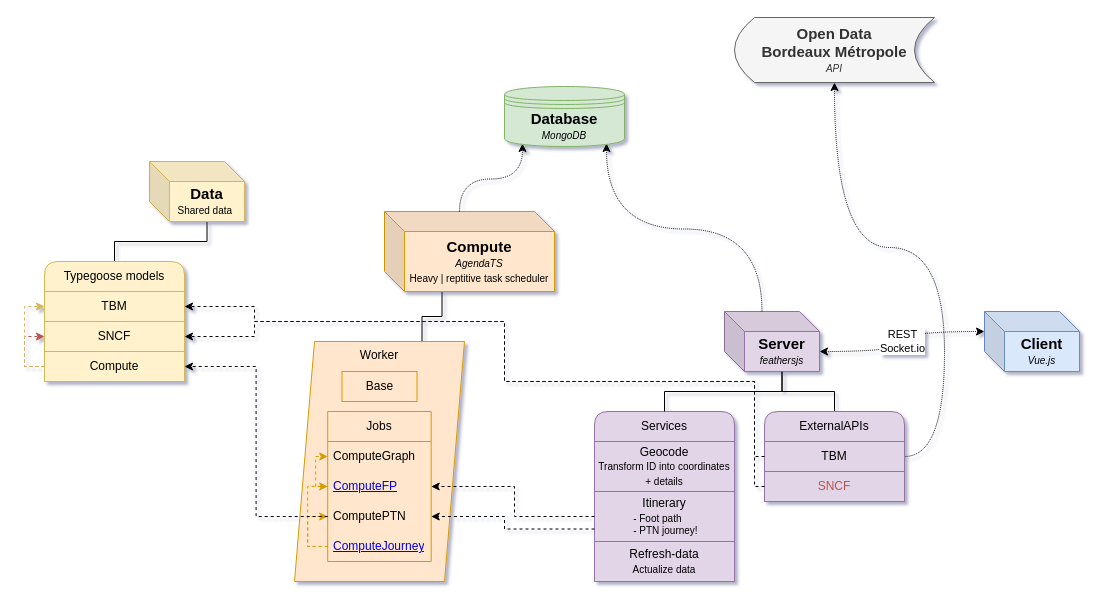
Cata-Dev/Best-itinerary-Bordeaux-Metropole keeps this draw.io diagram as page "Functionnal overview" (1 of 2) of BIBM.drawio. Above is the earlier version. Source tidied: cells renumbered, new cells numbered last; positions are measured from the earlier drawing's top-left corner, leaving out a move shared by most shapes. Both pictures are drawn from the tidied source at 100%, with x=0, y=0 at pixel (24, 17).
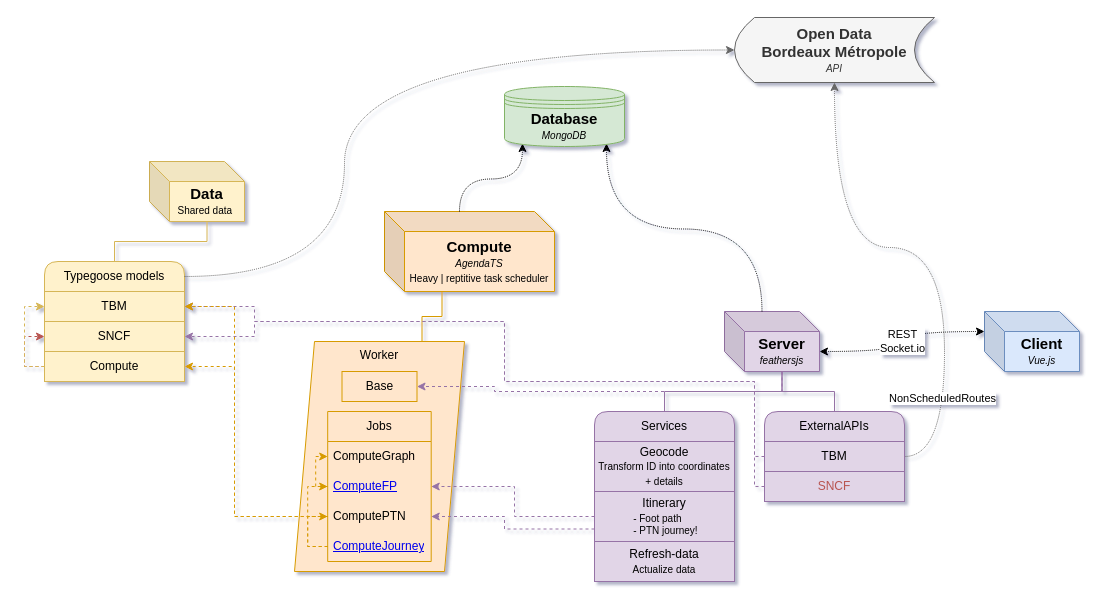
After the change.

The change refers to these unchanged cells:
```xml
<mxCell id="3" value="&lt;b&gt;&lt;font style=&quot;font-size: 15px;&quot;&gt;Data&lt;/font&gt;&lt;/b&gt;&lt;br&gt;&lt;font style=&quot;font-size: 10px;&quot;&gt;Shared data&lt;/font&gt;&amp;nbsp;" style="shape=cube;whiteSpace=wrap;html=1;boundedLbl=1;backgroundOutline=1;darkOpacity=0.05;darkOpacity2=0.1;fillColor=#fff2cc;strokeColor=#d6b656;" parent="1" vertex="1">
  <mxGeometry x="125" y="144" width="95" height="60" as="geometry" />
</mxCell>
<mxCell id="5" value="&lt;font style=&quot;font-size: 15px;&quot;&gt;&lt;b&gt;Compute&lt;/b&gt;&lt;br&gt;&lt;/font&gt;&lt;font style=&quot;font-size: 10px;&quot;&gt;&lt;i&gt;AgendaTS&lt;/i&gt;&lt;br&gt;Heavy | reptitive task scheduler&lt;br&gt;&lt;/font&gt;" style="shape=cube;whiteSpace=wrap;html=1;boundedLbl=1;backgroundOutline=1;darkOpacity=0.05;darkOpacity2=0.1;fillColor=#ffe6cc;strokeColor=#d79b00;" parent="1" vertex="1">
  <mxGeometry x="360" y="194" width="170" height="80" as="geometry" />
</mxCell>
<mxCell id="7" value="&lt;font style=&quot;font-size: 15px;&quot;&gt;&lt;b&gt;Server&lt;/b&gt;&lt;br&gt;&lt;/font&gt;&lt;i&gt;&lt;font style=&quot;font-size: 10px;&quot;&gt;feathersjs&lt;/font&gt;&lt;/i&gt;" style="shape=cube;whiteSpace=wrap;html=1;boundedLbl=1;backgroundOutline=1;darkOpacity=0.05;darkOpacity2=0.1;fillColor=#e1d5e7;strokeColor=#9673a6;" parent="1" vertex="1">
  <mxGeometry x="700" y="294" width="95" height="60" as="geometry" />
</mxCell>
<mxCell id="9" value="Typegoose models" style="swimlane;fontStyle=0;horizontal=1;startSize=30;whiteSpace=wrap;html=1;rounded=1;fillColor=#fff2cc;strokeColor=#d6b656;" parent="1" vertex="1">
  <mxGeometry x="20" y="244" width="140" height="120" as="geometry" />
</mxCell>
<mxCell id="10" value="TBM" style="text;strokeColor=#d6b656;fillColor=#fff2cc;align=center;verticalAlign=middle;spacingLeft=4;spacingRight=4;overflow=hidden;points=[[0,0.5],[1,0.5]];portConstraint=eastwest;whiteSpace=wrap;html=1;rounded=0;" parent="9" vertex="1">
  <mxGeometry y="30" width="140" height="30" as="geometry" />
</mxCell>
<mxCell id="11" value="SNCF" style="text;strokeColor=#d6b656;fillColor=#fff2cc;align=center;verticalAlign=middle;spacingLeft=4;spacingRight=4;overflow=hidden;points=[[0,0.5],[1,0.5]];portConstraint=eastwest;whiteSpace=wrap;html=1;rounded=0;" parent="9" vertex="1">
  <mxGeometry y="60" width="140" height="30" as="geometry" />
</mxCell>
<mxCell id="14" value="Compute" style="text;strokeColor=#d6b656;fillColor=#fff2cc;align=center;verticalAlign=middle;spacingLeft=4;spacingRight=4;overflow=hidden;points=[[0,0.5],[1,0.5]];portConstraint=eastwest;whiteSpace=wrap;html=1;rounded=0;" parent="9" vertex="1">
  <mxGeometry y="90" width="140" height="30" as="geometry" />
</mxCell>
<mxCell id="17" style="group;" parent="1" vertex="1">
  <mxGeometry x="280" y="324" width="160" height="240" as="geometry" />
</mxCell>
<mxCell id="19" value="Base" style="rounded=0;whiteSpace=wrap;html=1;fillColor=#ffe6cc;strokeColor=#d79b00;" parent="17" vertex="1">
  <mxGeometry x="37.5" y="30" width="75" height="30" as="geometry" />
</mxCell>
<mxCell id="23" value="&lt;a href=&quot;data:page/id,O9cBC4W1JLo7c5aj3JH5&quot;&gt;ComputeFP&lt;/a&gt;" style="text;strokeColor=none;fillColor=none;align=left;verticalAlign=middle;spacingLeft=4;spacingRight=4;overflow=hidden;points=[[0,0.5],[1,0.5]];portConstraint=eastwest;whiteSpace=wrap;html=1;" parent="20" vertex="1">
  <mxGeometry y="60" width="103.5" height="30" as="geometry" />
</mxCell>
<mxCell id="24" value="ComputePTN" style="text;strokeColor=none;fillColor=none;align=left;verticalAlign=middle;spacingLeft=4;spacingRight=4;overflow=hidden;points=[[0,0.5],[1,0.5]];portConstraint=eastwest;whiteSpace=wrap;html=1;" parent="20" vertex="1">
  <mxGeometry y="90" width="103.5" height="30" as="geometry" />
</mxCell>
<mxCell id="28" value="Services" style="swimlane;fontStyle=0;horizontal=1;startSize=30;whiteSpace=wrap;html=1;rounded=1;strokeColor=#9673a6;fillColor=#e1d5e7;" parent="1" vertex="1">
  <mxGeometry x="570" y="394" width="140" height="170" as="geometry" />
</mxCell>
<mxCell id="30" value="Itinerary&lt;br&gt;&lt;div style=&quot;text-align: left;&quot;&gt;&lt;span style=&quot;background-color: initial; font-size: 10px;&quot;&gt;&amp;nbsp;- Foot path&lt;/span&gt;&lt;/div&gt;&lt;span style=&quot;background-color: initial; font-size: 10px;&quot;&gt;&lt;div style=&quot;text-align: left;&quot;&gt;&lt;span style=&quot;background-color: initial;&quot;&gt;&amp;nbsp;- PTN journey!&lt;/span&gt;&lt;/div&gt;&lt;/span&gt;" style="rounded=0;whiteSpace=wrap;html=1;align=center;fillColor=#e1d5e7;strokeColor=#9673a6;" parent="28" vertex="1">
  <mxGeometry y="80" width="140" height="50" as="geometry" />
</mxCell>
<mxCell id="39" value="ExternalAPIs" style="swimlane;fontStyle=0;horizontal=1;startSize=30;whiteSpace=wrap;html=1;rounded=1;strokeColor=#9673a6;fillColor=#e1d5e7;" parent="1" vertex="1">
  <mxGeometry x="740" y="394" width="140" height="90" as="geometry" />
</mxCell>
<mxCell id="40" value="TBM" style="rounded=0;whiteSpace=wrap;html=1;fillColor=#e1d5e7;strokeColor=#9673a6;" parent="39" vertex="1">
  <mxGeometry y="30" width="140" height="30" as="geometry" />
</mxCell>
<mxCell id="41" value="SNCF" style="rounded=0;whiteSpace=wrap;html=1;fillColor=#e1d5e7;strokeColor=#9673a6;fontColor=#B85450;" parent="39" vertex="1">
  <mxGeometry y="60" width="140" height="30" as="geometry" />
</mxCell>
<mxCell id="45" value="&lt;b style=&quot;font-size: 15px;&quot;&gt;Open Data&lt;/b&gt;&lt;br&gt;&lt;b style=&quot;font-size: 15px;&quot;&gt;Bordeaux Métropole&lt;/b&gt;&lt;br&gt;&lt;i style=&quot;&quot;&gt;&lt;font style=&quot;font-size: 10px;&quot;&gt;API&lt;/font&gt;&lt;/i&gt;" style="shape=dataStorage;whiteSpace=wrap;html=1;fixedSize=1;fillColor=#f5f5f5;fontColor=#333333;strokeColor=#666666;" parent="1" vertex="1">
  <mxGeometry x="710" width="200" height="65" as="geometry" />
</mxCell>
```

Change to the diagram source:
```diff
@@
-    <mxCell id="2" style="edgeStyle=orthogonalEdgeStyle;rounded=0;jettySize=auto;html=1;exitX=0;exitY=0;exitDx=57.5;exitDy=60;exitPerimeter=0;entryX=0.5;entryY=0;entryDx=0;entryDy=0;endArrow=none;endFill=0;" parent="1" edge="1" source="3" target="9">
+    <mxCell id="2" style="edgeStyle=orthogonalEdgeStyle;rounded=0;jettySize=auto;html=1;exitX=0;exitY=0;exitDx=57.5;exitDy=60;exitPerimeter=0;entryX=0.5;entryY=0;entryDx=0;entryDy=0;endArrow=none;endFill=0;fillColor=#fff2cc;strokeColor=#d6b656;" parent="1" edge="1" source="3" target="9">
       <mxGeometry relative="1" as="geometry" />
     </mxCell>
@@
-    <mxCell id="4" style="edgeStyle=orthogonalEdgeStyle;rounded=0;jettySize=auto;html=1;exitX=0;exitY=0;exitDx=57.5;exitDy=60;exitPerimeter=0;entryX=0.75;entryY=0;entryDx=0;entryDy=0;endArrow=none;endFill=0;" parent="1" edge="1" source="5" target="18">
+    <mxCell id="4" style="edgeStyle=orthogonalEdgeStyle;rounded=0;jettySize=auto;html=1;exitX=0;exitY=0;exitDx=57.5;exitDy=60;exitPerimeter=0;entryX=0.75;entryY=0;entryDx=0;entryDy=0;endArrow=none;endFill=0;fillColor=#ffe6cc;strokeColor=#d79b00;" parent="1" edge="1" source="5" target="18">
       <mxGeometry relative="1" as="geometry" />
     </mxCell>
@@
-    <mxCell id="6" style="edgeStyle=orthogonalEdgeStyle;rounded=0;jettySize=auto;html=1;exitX=0;exitY=0;exitDx=57.5;exitDy=60;exitPerimeter=0;entryX=0.5;entryY=0;entryDx=0;entryDy=0;endArrow=none;endFill=0;" parent="1" edge="1" source="7" target="39">
+    <mxCell id="6" style="edgeStyle=orthogonalEdgeStyle;rounded=0;jettySize=auto;html=1;exitX=0;exitY=0;exitDx=57.5;exitDy=60;exitPerimeter=0;entryX=0.5;entryY=0;entryDx=0;entryDy=0;endArrow=none;endFill=0;fillColor=#e1d5e7;strokeColor=#9673a6;" parent="1" edge="1" source="7" target="39">
       <mxGeometry relative="1" as="geometry" />
     </mxCell>
@@
     <mxCell id="18" value="Worker" style="shape=parallelogram;perimeter=parallelogramPerimeter;whiteSpace=wrap;html=1;fixedSize=1;verticalAlign=top;fillColor=#ffe6cc;strokeColor=#d79b00;" parent="17" vertex="1">
-      <mxGeometry x="-10" width="170" height="240" as="geometry" />
+      <mxGeometry x="-10" width="170" height="230" as="geometry" />
     </mxCell>
@@
-    <mxCell id="32" style="edgeStyle=orthogonalEdgeStyle;rounded=0;jettySize=auto;html=1;exitX=0;exitY=0.5;exitDx=0;exitDy=0;dashed=1;entryX=1;entryY=0.5;entryDx=0;entryDy=0;" parent="1" edge="1" source="24" target="14">
-      <mxGeometry relative="1" as="geometry" />
+    <mxCell id="32" style="edgeStyle=orthogonalEdgeStyle;rounded=0;jettySize=auto;html=1;exitX=0;exitY=0.5;exitDx=0;exitDy=0;dashed=1;entryX=1;entryY=0.5;entryDx=0;entryDy=0;fillColor=#ffe6cc;strokeColor=#d79b00;" parent="1" edge="1" source="24" target="14">
+      <mxGeometry relative="1" as="geometry">
+        <Array as="points">
+          <mxPoint x="210" y="499" />
+          <mxPoint x="210" y="349" />
+        </Array>
+      </mxGeometry>
     </mxCell>
-    <mxCell id="33" style="edgeStyle=orthogonalEdgeStyle;rounded=0;jettySize=auto;html=1;entryX=0.5;entryY=0;entryDx=0;entryDy=0;endArrow=none;endFill=0;exitX=0;exitY=0;exitDx=57.5;exitDy=60;exitPerimeter=0;" parent="1" edge="1" source="7" target="28">
+    <mxCell id="33" style="edgeStyle=orthogonalEdgeStyle;rounded=0;jettySize=auto;html=1;entryX=0.5;entryY=0;entryDx=0;entryDy=0;endArrow=none;endFill=0;exitX=0;exitY=0;exitDx=57.5;exitDy=60;exitPerimeter=0;fillColor=#e1d5e7;strokeColor=#9673a6;" parent="1" edge="1" source="7" target="28">
       <mxGeometry relative="1" as="geometry" />
     </mxCell>
-    <mxCell id="34" style="edgeStyle=orthogonalEdgeStyle;rounded=0;jettySize=auto;html=1;exitX=0;exitY=0.75;exitDx=0;exitDy=0;entryX=1;entryY=0.5;entryDx=0;entryDy=0;dashed=1;" parent="1" edge="1" source="30" target="24">
+    <mxCell id="34" style="edgeStyle=orthogonalEdgeStyle;rounded=0;jettySize=auto;html=1;exitX=0;exitY=0.75;exitDx=0;exitDy=0;entryX=1;entryY=0.5;entryDx=0;entryDy=0;dashed=1;fillColor=#e1d5e7;strokeColor=#9673a6;" parent="1" edge="1" source="30" target="24">
       <mxGeometry relative="1" as="geometry">
         <Array as="points">
           <mxPoint x="480" y="511" />
           <mxPoint x="480" y="499" />
         </Array>
       </mxGeometry>
     </mxCell>
-    <mxCell id="35" style="edgeStyle=orthogonalEdgeStyle;rounded=0;jettySize=auto;html=1;exitX=0;exitY=0.5;exitDx=0;exitDy=0;entryX=1;entryY=0.5;entryDx=0;entryDy=0;dashed=1;" parent="1" edge="1" source="30" target="23">
+    <mxCell id="35" style="edgeStyle=orthogonalEdgeStyle;rounded=0;jettySize=auto;html=1;exitX=0;exitY=0.5;exitDx=0;exitDy=0;entryX=1;entryY=0.5;entryDx=0;entryDy=0;dashed=1;fillColor=#e1d5e7;strokeColor=#9673a6;" parent="1" edge="1" source="30" target="23">
       <mxGeometry relative="1" as="geometry">
         <Array as="points">
           <mxPoint x="490" y="499" />
           <mxPoint x="490" y="469" />
         </Array>
       </mxGeometry>
     </mxCell>
@@
-    <mxCell id="38" style="edgeStyle=orthogonalEdgeStyle;rounded=0;jettySize=auto;html=1;exitX=1;exitY=0.5;exitDx=0;exitDy=0;entryX=0.5;entryY=1;entryDx=0;entryDy=0;curved=1;dashed=1;dashPattern=1 1;" parent="1" edge="1" source="39" target="45">
+    <mxCell id="38" style="edgeStyle=orthogonalEdgeStyle;rounded=0;jettySize=auto;html=1;exitX=1;exitY=0.5;exitDx=0;exitDy=0;entryX=0.5;entryY=1;entryDx=0;entryDy=0;curved=1;dashed=1;dashPattern=1 1;fillColor=#f5f5f5;strokeColor=#666666;" parent="1" edge="1" source="39" target="45">
       <mxGeometry relative="1" as="geometry">
         <Array as="points">
           <mxPoint x="920" y="439" />
           <mxPoint x="920" y="230" />
           <mxPoint x="810" y="230" />
         </Array>
       </mxGeometry>
     </mxCell>
+    <mxCell id="46" value="NonScheduledRoutes" style="edgeLabel;html=1;align=center;verticalAlign=middle;rotation=0;" parent="38" vertex="1">
+      <mxGeometry x="-0.67" y="3" relative="1" as="geometry">
+        <mxPoint y="-13" as="offset" />
+      </mxGeometry>
+    </mxCell>
@@
-    <mxCell id="42" style="edgeStyle=orthogonalEdgeStyle;rounded=0;jettySize=auto;html=1;exitX=0;exitY=0.5;exitDx=0;exitDy=0;entryX=1;entryY=0.5;entryDx=0;entryDy=0;dashed=1;" parent="1" edge="1" source="40" target="10">
+    <mxCell id="42" style="edgeStyle=orthogonalEdgeStyle;rounded=0;jettySize=auto;html=1;exitX=0;exitY=0.5;exitDx=0;exitDy=0;entryX=1;entryY=0.5;entryDx=0;entryDy=0;dashed=1;fillColor=#e1d5e7;strokeColor=#9673a6;" parent="1" edge="1" source="40" target="10">
       <mxGeometry relative="1" as="geometry">
         <Array as="points">
           <mxPoint x="730" y="439" />
           <mxPoint x="730" y="364" />
           <mxPoint x="480" y="364" />
           <mxPoint x="480" y="304" />
           <mxPoint x="230" y="304" />
           <mxPoint x="230" y="289" />
         </Array>
       </mxGeometry>
     </mxCell>
-    <mxCell id="43" style="edgeStyle=orthogonalEdgeStyle;rounded=0;jettySize=auto;html=1;exitX=0;exitY=0.5;exitDx=0;exitDy=0;entryX=1;entryY=0.5;entryDx=0;entryDy=0;dashed=1;" parent="1" edge="1" source="41" target="11">
+    <mxCell id="43" style="edgeStyle=orthogonalEdgeStyle;rounded=0;jettySize=auto;html=1;exitX=0;exitY=0.5;exitDx=0;exitDy=0;entryX=1;entryY=0.5;entryDx=0;entryDy=0;dashed=1;fillColor=#e1d5e7;strokeColor=#9673a6;" parent="1" edge="1" source="41" target="11">
       <mxGeometry relative="1" as="geometry">
         <Array as="points">
           <mxPoint x="730" y="469" />
           <mxPoint x="730" y="364" />
           <mxPoint x="480" y="364" />
           <mxPoint x="480" y="304" />
           <mxPoint x="230" y="304" />
           <mxPoint x="230" y="319" />
         </Array>
       </mxGeometry>
     </mxCell>
@@
+    <mxCell id="47" style="edgeStyle=orthogonalEdgeStyle;rounded=0;jettySize=auto;html=1;exitX=0;exitY=0;exitDx=57.5;exitDy=60;exitPerimeter=0;entryX=1;entryY=0.5;entryDx=0;entryDy=0;dashed=1;fillColor=#e1d5e7;strokeColor=#9673a6;" parent="1" edge="1" source="7" target="19">
+      <mxGeometry relative="1" as="geometry">
+        <Array as="points">
+          <mxPoint x="757" y="374" />
+          <mxPoint x="470" y="374" />
+          <mxPoint x="470" y="369" />
+        </Array>
+      </mxGeometry>
+    </mxCell>
+    <mxCell id="48" style="edgeStyle=orthogonalEdgeStyle;rounded=0;jettySize=auto;html=1;exitX=0;exitY=0.5;exitDx=0;exitDy=0;entryX=1;entryY=0.5;entryDx=0;entryDy=0;dashed=1;fillColor=#ffe6cc;strokeColor=#d79b00;" parent="1" edge="1" source="24" target="10">
+      <mxGeometry relative="1" as="geometry">
+        <Array as="points">
+          <mxPoint x="210" y="499" />
+          <mxPoint x="210" y="289" />
+        </Array>
+      </mxGeometry>
+    </mxCell>
+    <mxCell id="49" style="edgeStyle=orthogonalEdgeStyle;rounded=0;jettySize=auto;html=1;exitX=1;exitY=0.125;exitDx=0;exitDy=0;entryX=0;entryY=0.5;entryDx=0;entryDy=0;curved=1;dashed=1;dashPattern=1 1;fillColor=#f5f5f5;strokeColor=#666666;exitPerimeter=0;" parent="1" edge="1" source="9" target="45">
+      <mxGeometry relative="1" as="geometry">
+        <Array as="points">
+          <mxPoint x="320" y="259" />
+          <mxPoint x="320" y="33" />
+        </Array>
+      </mxGeometry>
+    </mxCell>
```
